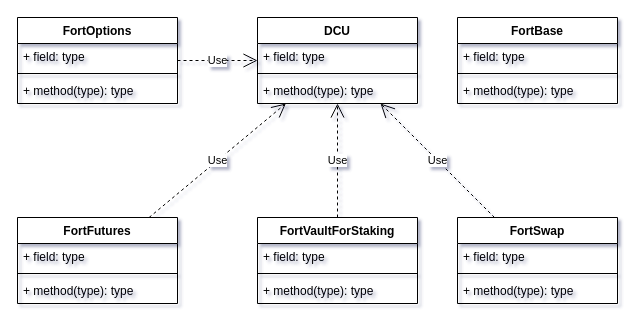
The draw.io diagram docs/structure.drawio in NEST-Protocol/NEST-PVM-V1.0, before the edit. Source tidied: cells renumbered, new cells numbered last; positions are measured from the earlier drawing's top-left corner, leaving out a move shared by most shapes. Both pictures are drawn from the tidied source at 100%, with x=0, y=0 at pixel (17, 17).
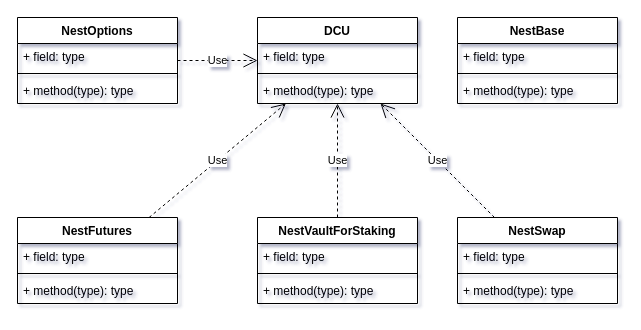
After the change.

Change to the diagram source:
```diff
@@
-    <mxCell id="6" value="FortFutures" style="swimlane;fontStyle=1;align=center;verticalAlign=top;horizontal=1;startSize=26;" parent="1" vertex="1">
+    <mxCell id="6" value="NestFutures" style="swimlane;fontStyle=1;align=center;verticalAlign=top;horizontal=1;startSize=26;" parent="1" vertex="1">
       <mxGeometry y="200" width="160" height="86" as="geometry" />
     </mxCell>
@@
-    <mxCell id="10" value="FortOptions" style="swimlane;fontStyle=1;align=center;verticalAlign=top;horizontal=1;startSize=26;" parent="1" vertex="1">
+    <mxCell id="10" value="NestOptions" style="swimlane;fontStyle=1;align=center;verticalAlign=top;horizontal=1;startSize=26;" parent="1" vertex="1">
       <mxGeometry width="160" height="86" as="geometry" />
     </mxCell>
@@
-    <mxCell id="18" value="FortBase" style="swimlane;fontStyle=1;align=center;verticalAlign=top;horizontal=1;startSize=26;" parent="1" vertex="1">
+    <mxCell id="18" value="NestBase" style="swimlane;fontStyle=1;align=center;verticalAlign=top;horizontal=1;startSize=26;" parent="1" vertex="1">
       <mxGeometry x="440" width="160" height="86" as="geometry" />
     </mxCell>
@@
-    <mxCell id="22" value="FortVaultForStaking" style="swimlane;fontStyle=1;align=center;verticalAlign=top;horizontal=1;startSize=26;" parent="1" vertex="1">
+    <mxCell id="22" value="NestVaultForStaking" style="swimlane;fontStyle=1;align=center;verticalAlign=top;horizontal=1;startSize=26;" parent="1" vertex="1">
       <mxGeometry x="240" y="200" width="160" height="86" as="geometry" />
     </mxCell>
@@
-    <mxCell id="26" value="FortSwap" style="swimlane;fontStyle=1;align=center;verticalAlign=top;horizontal=1;startSize=26;" parent="1" vertex="1">
+    <mxCell id="26" value="NestSwap" style="swimlane;fontStyle=1;align=center;verticalAlign=top;horizontal=1;startSize=26;" parent="1" vertex="1">
       <mxGeometry x="440" y="200" width="160" height="86" as="geometry" />
     </mxCell>
```
